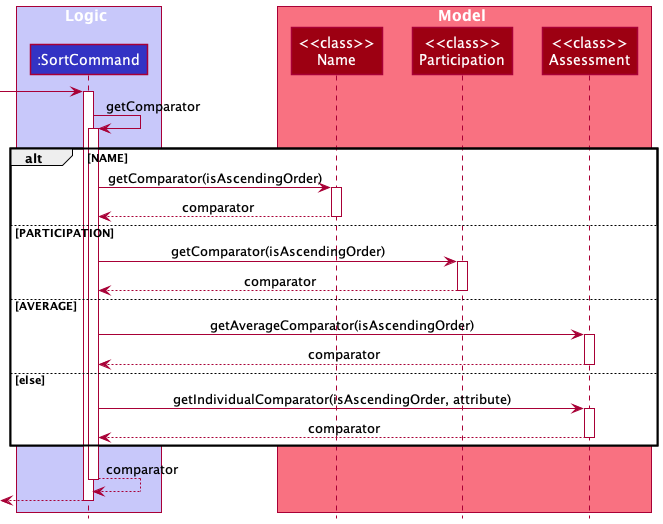
The PlantUML diagram docs/images/dg/logic/commands/sortcommand/GetComparatorSequenceDiagram.png in nus-cs2103-AY2122S1/tp, before a commit. Source of this version:
```plantuml
@startuml
!include ../../../style.puml

box Logic LOGIC_COLOR_T1
Participant ":SortCommand" as sc LOGIC_COLOR
end box

box Model MODEL_COLOR_T1
Participant "<<class>>\nName" as name MODEL_COLOR
Participant "<<class>>\nParticipation" as part MODEL_COLOR
Participant "<<class>>\nAssessment" as assess MODEL_COLOR
end box

-> sc ++
sc -> sc ++ : getComparator

alt NAME
sc -> name ++ : getComparator(isAscendingOrder)
name --> sc -- : comparator

else PARTICIPATION
sc -> part ++ : getComparator(isAscendingOrder)
part --> sc -- : comparator

else AVERAGE
sc -> assess ++ : getAverageComparator(isAscendingOrder)
assess --> sc -- : comparator

else else
sc -> assess ++ : getIndividualComparator(isAscendingOrder, attribute)
assess --> sc -- : comparator

end

sc --> sc -- : comparator
<-- sc --
@enduml
```
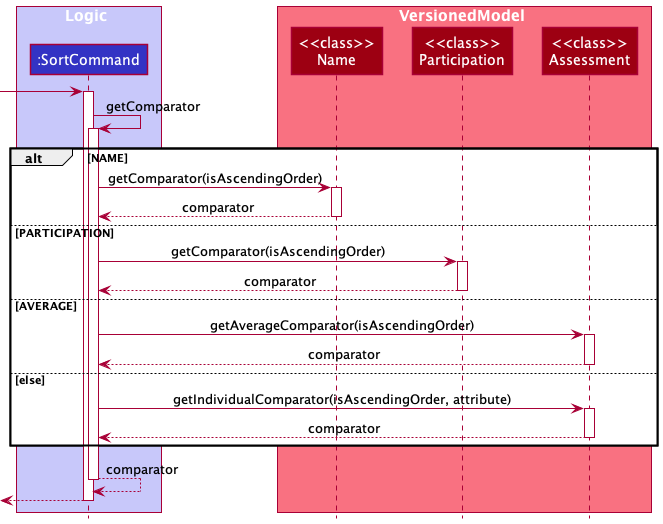
Later version of the same file.

Diff of the diagram source:
```diff
@@ -5,7 +5,7 @@
 Participant ":SortCommand" as sc LOGIC_COLOR
 end box
 
-box Model MODEL_COLOR_T1
+box VersionedModel MODEL_COLOR_T1
 Participant "<<class>>\nName" as name MODEL_COLOR
 Participant "<<class>>\nParticipation" as part MODEL_COLOR
 Participant "<<class>>\nAssessment" as assess MODEL_COLOR
```
